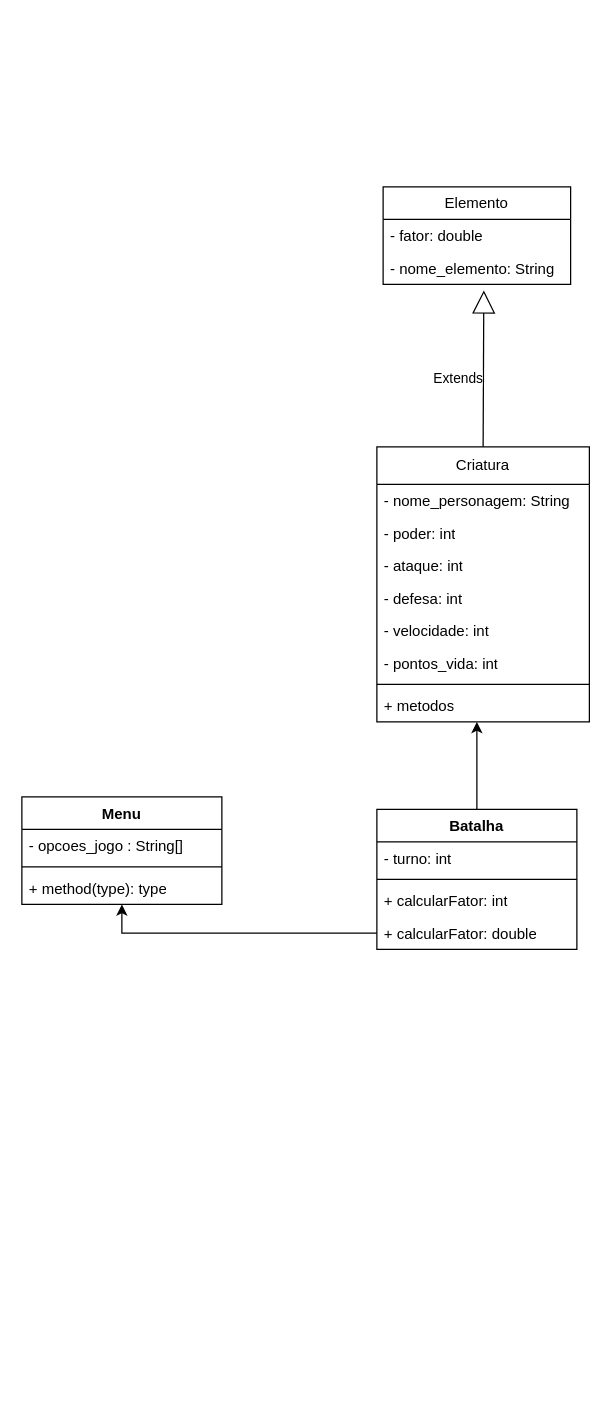
This is page "Global" (1 of 7) of Diagramas/elementoops.drawio.xml from christianlsb/ElementOOPs, a draw.io file, before an edit. Source tidied: cells renumbered, new cells numbered last; positions are measured from the earlier drawing's top-left corner, leaving out a move shared by most shapes. Both pictures are drawn from the tidied source at 125%, with x=0, y=0 at pixel (21, 186).
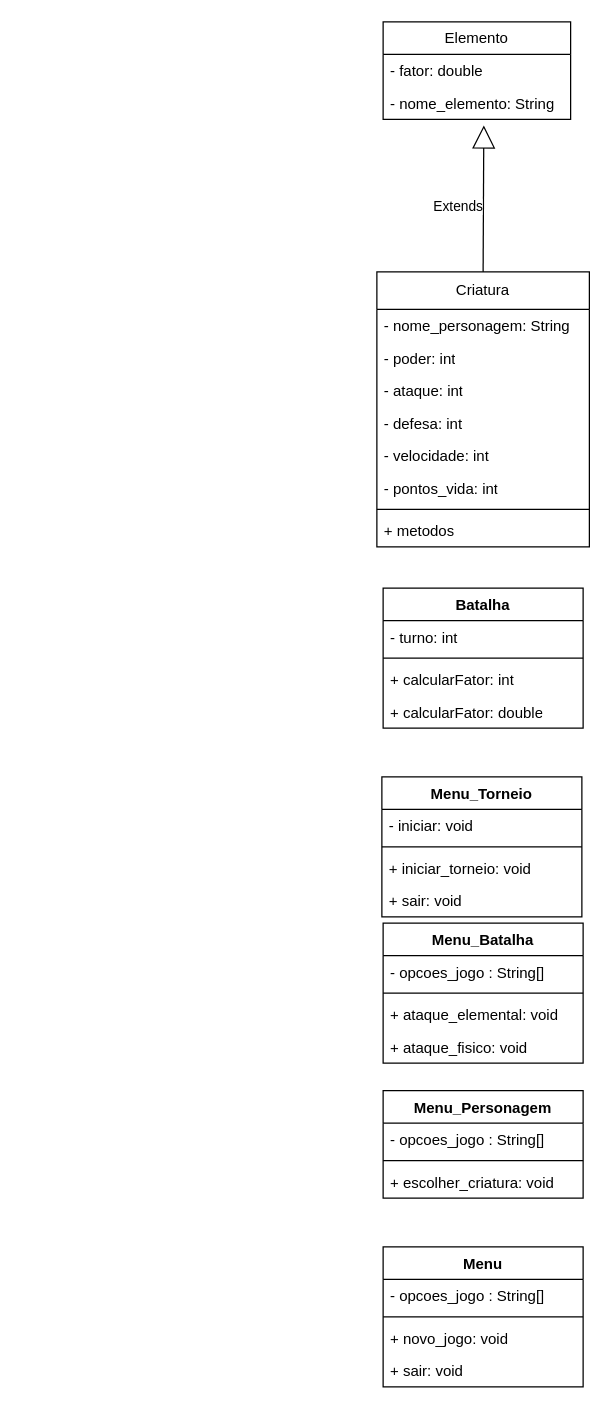
Above is the later version.

Commit message (it also covers changes not shown here):
feat: init menu

Unchanged cells that the change refers to:
```xml
<mxCell id="22" value="+ calcularFator: double" style="text;strokeColor=none;fillColor=none;align=left;verticalAlign=top;spacingLeft=4;spacingRight=4;overflow=hidden;points=[[0,0.5],[1,0.5]];portConstraint=eastwest;whiteSpace=wrap;html=1;" parent="18" vertex="1">
  <mxGeometry y="86" width="160" height="26" as="geometry" />
</mxCell>
```

The edit, as a diff of the source:
```diff
@@
     <mxCell id="2" value="Menu" style="swimlane;fontStyle=1;align=center;verticalAlign=top;horizontal=1;startSize=26;whiteSpace=wrap;html=1;" parent="1" vertex="1">
-      <mxGeometry y="488" width="160" height="86" as="geometry" />
+      <mxGeometry x="289" y="848" width="160" height="112" as="geometry" />
     </mxCell>
@@
-    <mxCell id="5" value="+ method(type): type" style="text;strokeColor=none;fillColor=none;align=left;verticalAlign=top;spacingLeft=4;spacingRight=4;overflow=hidden;whiteSpace=wrap;html=1;" parent="2" vertex="1">
+    <mxCell id="5" value="+ novo_jogo: void" style="text;strokeColor=none;fillColor=none;align=left;verticalAlign=top;spacingLeft=4;spacingRight=4;overflow=hidden;whiteSpace=wrap;html=1;" parent="2" vertex="1">
       <mxGeometry y="60" width="160" height="26" as="geometry" />
     </mxCell>
+    <mxCell id="26" value="+ sair: void" style="text;strokeColor=none;fillColor=none;align=left;verticalAlign=top;spacingLeft=4;spacingRight=4;overflow=hidden;whiteSpace=wrap;html=1;" parent="2" vertex="1">
+      <mxGeometry y="86" width="160" height="26" as="geometry" />
+    </mxCell>
     <mxCell id="6" value="Criatura" style="swimlane;fontStyle=0;horizontal=1;startSize=30;fillColor=none;whiteSpace=wrap;html=1;" parent="1" vertex="1">
-      <mxGeometry x="284" y="208" width="170" height="220" as="geometry" />
+      <mxGeometry x="284" y="68" width="170" height="220" as="geometry" />
     </mxCell>
@@
     <mxCell id="15" value="Elemento" style="swimlane;fontStyle=0;horizontal=1;startSize=26;fillColor=none;whiteSpace=wrap;html=1;" parent="1" vertex="1">
-      <mxGeometry x="289" width="150" height="78" as="geometry" />
+      <mxGeometry x="289" y="-132" width="150" height="78" as="geometry" />
     </mxCell>
@@
     <mxCell id="18" value="Batalha" style="swimlane;fontStyle=1;align=center;verticalAlign=top;horizontal=1;startSize=26;whiteSpace=wrap;html=1;" parent="1" vertex="1">
-      <mxGeometry x="284" y="498" width="160" height="112" as="geometry" />
+      <mxGeometry x="289" y="321" width="160" height="112" as="geometry" />
     </mxCell>
@@
-    <mxCell id="24" style="edgeStyle=orthogonalEdgeStyle;rounded=0;jettySize=auto;html=1;entryX=0.5;entryY=1;entryDx=0;entryDy=0;" parent="1" edge="1" source="22" target="2">
-      <mxGeometry relative="1" as="geometry" />
-    </mxCell>
-    <mxCell id="25" style="edgeStyle=orthogonalEdgeStyle;rounded=0;jettySize=auto;html=1;" parent="1" edge="1" source="18">
-      <mxGeometry relative="1" as="geometry">
-        <mxPoint x="364" y="428" as="targetPoint" />
-      </mxGeometry>
-    </mxCell>
+    <mxCell id="27" value="Menu_Personagem" style="swimlane;fontStyle=1;align=center;verticalAlign=top;horizontal=1;startSize=26;whiteSpace=wrap;html=1;" parent="1" vertex="1">
+      <mxGeometry x="289" y="723" width="160" height="86" as="geometry" />
+    </mxCell>
+    <mxCell id="28" value="- opcoes_jogo : String[]" style="text;strokeColor=none;fillColor=none;align=left;verticalAlign=top;spacingLeft=4;spacingRight=4;overflow=hidden;whiteSpace=wrap;html=1;" parent="27" vertex="1">
+      <mxGeometry y="26" width="160" height="26" as="geometry" />
+    </mxCell>
+    <mxCell id="29" style="line;strokeWidth=1;fillColor=none;align=left;verticalAlign=middle;spacingTop=-1;spacingLeft=3;spacingRight=3;labelPosition=right;strokeColor=inherit;" parent="27" vertex="1">
+      <mxGeometry y="52" width="160" height="8" as="geometry" />
+    </mxCell>
+    <mxCell id="30" value="+ escolher_criatura: void" style="text;strokeColor=none;fillColor=none;align=left;verticalAlign=top;spacingLeft=4;spacingRight=4;overflow=hidden;whiteSpace=wrap;html=1;" parent="27" vertex="1">
+      <mxGeometry y="60" width="160" height="26" as="geometry" />
+    </mxCell>
+    <mxCell id="31" value="Menu_Batalha" style="swimlane;fontStyle=1;align=center;verticalAlign=top;horizontal=1;startSize=26;whiteSpace=wrap;html=1;" parent="1" vertex="1">
+      <mxGeometry x="289" y="589" width="160" height="112" as="geometry" />
+    </mxCell>
+    <mxCell id="32" value="- opcoes_jogo : String[]" style="text;strokeColor=none;fillColor=none;align=left;verticalAlign=top;spacingLeft=4;spacingRight=4;overflow=hidden;whiteSpace=wrap;html=1;" parent="31" vertex="1">
+      <mxGeometry y="26" width="160" height="26" as="geometry" />
+    </mxCell>
+    <mxCell id="33" style="line;strokeWidth=1;fillColor=none;align=left;verticalAlign=middle;spacingTop=-1;spacingLeft=3;spacingRight=3;labelPosition=right;strokeColor=inherit;" parent="31" vertex="1">
+      <mxGeometry y="52" width="160" height="8" as="geometry" />
+    </mxCell>
+    <mxCell id="34" value="+ ataque_elemental: void" style="text;strokeColor=none;fillColor=none;align=left;verticalAlign=top;spacingLeft=4;spacingRight=4;overflow=hidden;whiteSpace=wrap;html=1;" parent="31" vertex="1">
+      <mxGeometry y="60" width="160" height="26" as="geometry" />
+    </mxCell>
+    <mxCell id="35" value="+ ataque_fisico: void" style="text;strokeColor=none;fillColor=none;align=left;verticalAlign=top;spacingLeft=4;spacingRight=4;overflow=hidden;whiteSpace=wrap;html=1;" parent="31" vertex="1">
+      <mxGeometry y="86" width="160" height="26" as="geometry" />
+    </mxCell>
+    <mxCell id="36" value="Menu_Torneio" style="swimlane;fontStyle=1;align=center;verticalAlign=top;horizontal=1;startSize=26;whiteSpace=wrap;html=1;" parent="1" vertex="1">
+      <mxGeometry x="288" y="472" width="160" height="112" as="geometry" />
+    </mxCell>
+    <mxCell id="37" value="- iniciar: void" style="text;strokeColor=none;fillColor=none;align=left;verticalAlign=top;spacingLeft=4;spacingRight=4;overflow=hidden;whiteSpace=wrap;html=1;" parent="36" vertex="1">
+      <mxGeometry y="26" width="160" height="26" as="geometry" />
+    </mxCell>
+    <mxCell id="38" style="line;strokeWidth=1;fillColor=none;align=left;verticalAlign=middle;spacingTop=-1;spacingLeft=3;spacingRight=3;labelPosition=right;strokeColor=inherit;" parent="36" vertex="1">
+      <mxGeometry y="52" width="160" height="8" as="geometry" />
+    </mxCell>
+    <mxCell id="39" value="+ iniciar_torneio: void" style="text;strokeColor=none;fillColor=none;align=left;verticalAlign=top;spacingLeft=4;spacingRight=4;overflow=hidden;whiteSpace=wrap;html=1;" parent="36" vertex="1">
+      <mxGeometry y="60" width="160" height="26" as="geometry" />
+    </mxCell>
+    <mxCell id="40" value="+ sair: void" style="text;strokeColor=none;fillColor=none;align=left;verticalAlign=top;spacingLeft=4;spacingRight=4;overflow=hidden;whiteSpace=wrap;html=1;" parent="36" vertex="1">
+      <mxGeometry y="86" width="160" height="26" as="geometry" />
+    </mxCell>
```
